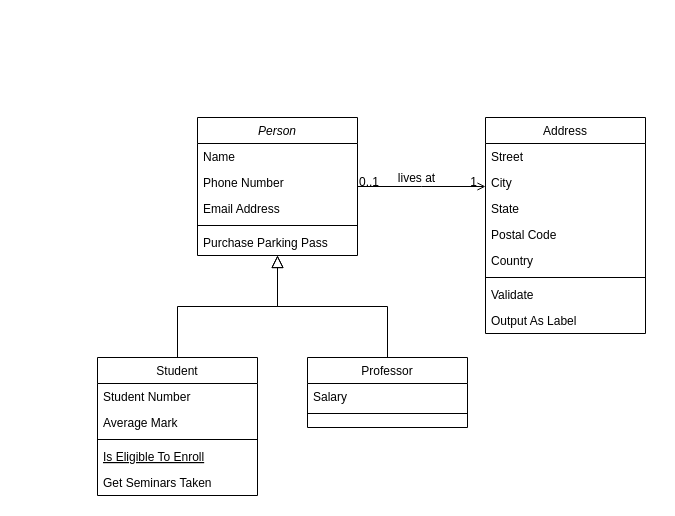
The draw.io diagram MODELAGEM/DiagramaClasse.drawio in afermanx/Evoluo, before the edit. Source tidied: cells renumbered, new cells numbered last; positions are measured from the earlier drawing's top-left corner, leaving out a move shared by most shapes. Both pictures are drawn from the tidied source at 100%, with x=0, y=0 at pixel (97, 117).
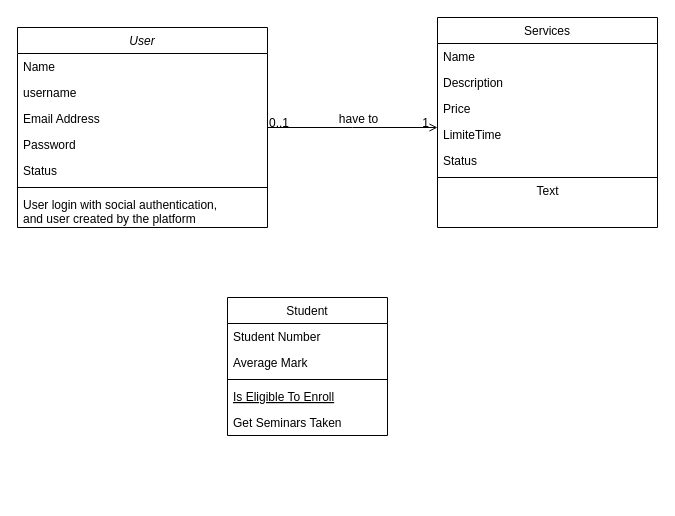
Above is the later version.

The change refers to these unchanged cells:
```xml
<mxCell id="28" style="endArrow=open;shadow=0;strokeWidth=1;rounded=0;endFill=1;edgeStyle=elbowEdgeStyle;elbow=vertical;" parent="1" edge="1" source="2" target="19">
  <mxGeometry x="0.5" y="41" relative="1" as="geometry">
    <mxPoint x="-40" y="32" as="offset" />
  </mxGeometry>
</mxCell>
```

The edit, as a diff of the source:
```diff
@@
-    <mxCell id="2" value="Person" style="swimlane;fontStyle=2;align=center;verticalAlign=top;horizontal=1;startSize=26;rounded=0;shadow=0;strokeWidth=1;" parent="1" vertex="1">
-      <mxGeometry x="100" width="160" height="138" as="geometry" />
+    <mxCell id="2" value="User" style="swimlane;fontStyle=2;align=center;verticalAlign=top;horizontal=1;startSize=26;rounded=0;shadow=0;strokeWidth=1;" parent="1" vertex="1">
+      <mxGeometry x="-80" y="-90" width="250" height="200" as="geometry" />
     </mxCell>
     <mxCell id="3" value="Name" style="text;align=left;verticalAlign=top;spacingLeft=4;spacingRight=4;overflow=hidden;" parent="2" vertex="1">
-      <mxGeometry y="26" width="160" height="26" as="geometry" />
+      <mxGeometry y="26" width="250" height="26" as="geometry" />
     </mxCell>
-    <mxCell id="4" value="Phone Number" style="text;align=left;verticalAlign=top;spacingLeft=4;spacingRight=4;overflow=hidden;rounded=0;shadow=0;html=0;" parent="2" vertex="1">
-      <mxGeometry y="52" width="160" height="26" as="geometry" />
-    </mxCell>
+    <mxCell id="32" value="username" style="text;align=left;verticalAlign=top;spacingLeft=4;spacingRight=4;overflow=hidden;rounded=0;shadow=0;html=0;" parent="2" vertex="1">
+      <mxGeometry y="52" width="250" height="26" as="geometry" />
+    </mxCell>
+    <mxCell id="33" value="Email Address" style="text;align=left;verticalAlign=top;spacingLeft=4;spacingRight=4;overflow=hidden;rounded=0;shadow=0;html=0;" parent="2" vertex="1">
+      <mxGeometry y="78" width="250" height="26" as="geometry" />
+    </mxCell>
+    <mxCell id="34" value="Password" style="text;align=left;verticalAlign=top;spacingLeft=4;spacingRight=4;overflow=hidden;rounded=0;shadow=0;html=0;" parent="2" vertex="1">
+      <mxGeometry y="104" width="250" height="26" as="geometry" />
+    </mxCell>
-    <mxCell id="5" value="Email Address" style="text;align=left;verticalAlign=top;spacingLeft=4;spacingRight=4;overflow=hidden;rounded=0;shadow=0;html=0;" parent="2" vertex="1">
-      <mxGeometry y="78" width="160" height="26" as="geometry" />
+    <mxCell id="5" value="Status" style="text;align=left;verticalAlign=top;spacingLeft=4;spacingRight=4;overflow=hidden;rounded=0;shadow=0;html=0;" parent="2" vertex="1">
+      <mxGeometry y="130" width="250" height="26" as="geometry" />
     </mxCell>
     <mxCell id="6" style="line;html=1;strokeWidth=1;align=left;verticalAlign=middle;spacingTop=-1;spacingLeft=3;spacingRight=3;labelPosition=right;" parent="2" vertex="1">
-      <mxGeometry y="104" width="160" height="8" as="geometry" />
+      <mxGeometry y="156" width="250" height="8" as="geometry" />
     </mxCell>
-    <mxCell id="7" value="Purchase Parking Pass" style="text;align=left;verticalAlign=top;spacingLeft=4;spacingRight=4;overflow=hidden;" parent="2" vertex="1">
-      <mxGeometry y="112" width="160" height="26" as="geometry" />
+    <mxCell id="7" value="User login with social authentication, &#10;and user created by the platform" style="text;align=left;verticalAlign=top;spacingLeft=4;spacingRight=4;overflow=hidden;" parent="2" vertex="1">
+      <mxGeometry y="164" width="250" height="36" as="geometry" />
     </mxCell>
     <mxCell id="8" value="Student" style="swimlane;fontStyle=0;align=center;verticalAlign=top;horizontal=1;startSize=26;rounded=0;shadow=0;strokeWidth=1;" parent="1" vertex="1">
-      <mxGeometry y="240" width="160" height="138" as="geometry" />
+      <mxGeometry x="130" y="180" width="160" height="138" as="geometry" />
     </mxCell>
@@
-    <mxCell id="14" style="endArrow=block;endSize=10;endFill=0;shadow=0;strokeWidth=1;rounded=0;edgeStyle=elbowEdgeStyle;elbow=vertical;" parent="1" edge="1" source="8" target="2">
-      <mxGeometry relative="1" as="geometry" />
-    </mxCell>
-    <mxCell id="15" value="Professor" style="swimlane;fontStyle=0;align=center;verticalAlign=top;horizontal=1;startSize=26;rounded=0;shadow=0;strokeWidth=1;" parent="1" vertex="1">
-      <mxGeometry x="210" y="240" width="160" height="70" as="geometry" />
-    </mxCell>
-    <mxCell id="16" value="Salary" style="text;align=left;verticalAlign=top;spacingLeft=4;spacingRight=4;overflow=hidden;" parent="15" vertex="1">
-      <mxGeometry y="26" width="160" height="26" as="geometry" />
-    </mxCell>
-    <mxCell id="17" style="line;html=1;strokeWidth=1;align=left;verticalAlign=middle;spacingTop=-1;spacingLeft=3;spacingRight=3;labelPosition=right;" parent="15" vertex="1">
-      <mxGeometry y="52" width="160" height="8" as="geometry" />
-    </mxCell>
-    <mxCell id="18" style="endArrow=block;endSize=10;endFill=0;shadow=0;strokeWidth=1;rounded=0;edgeStyle=elbowEdgeStyle;elbow=vertical;" parent="1" edge="1" source="15" target="2">
-      <mxGeometry relative="1" as="geometry" />
-    </mxCell>
-    <mxCell id="19" value="Address" style="swimlane;fontStyle=0;align=center;verticalAlign=top;horizontal=1;startSize=26;rounded=0;shadow=0;strokeWidth=1;" parent="1" vertex="1">
-      <mxGeometry x="388" width="160" height="216" as="geometry" />
+    <mxCell id="19" value="Services" style="swimlane;fontStyle=0;align=center;verticalAlign=top;horizontal=1;startSize=26;rounded=0;shadow=0;strokeWidth=1;" parent="1" vertex="1">
+      <mxGeometry x="340" y="-100" width="220" height="210" as="geometry" />
     </mxCell>
-    <mxCell id="20" value="Street" style="text;align=left;verticalAlign=top;spacingLeft=4;spacingRight=4;overflow=hidden;" parent="19" vertex="1">
-      <mxGeometry y="26" width="160" height="26" as="geometry" />
+    <mxCell id="20" value="Name" style="text;align=left;verticalAlign=top;spacingLeft=4;spacingRight=4;overflow=hidden;" parent="19" vertex="1">
+      <mxGeometry y="26" width="220" height="26" as="geometry" />
     </mxCell>
-    <mxCell id="21" value="City" style="text;align=left;verticalAlign=top;spacingLeft=4;spacingRight=4;overflow=hidden;rounded=0;shadow=0;html=0;" parent="19" vertex="1">
-      <mxGeometry y="52" width="160" height="26" as="geometry" />
+    <mxCell id="21" value="Description" style="text;align=left;verticalAlign=top;spacingLeft=4;spacingRight=4;overflow=hidden;rounded=0;shadow=0;html=0;" parent="19" vertex="1">
+      <mxGeometry y="52" width="220" height="26" as="geometry" />
     </mxCell>
-    <mxCell id="22" value="State" style="text;align=left;verticalAlign=top;spacingLeft=4;spacingRight=4;overflow=hidden;rounded=0;shadow=0;html=0;" parent="19" vertex="1">
-      <mxGeometry y="78" width="160" height="26" as="geometry" />
+    <mxCell id="22" value="Price" style="text;align=left;verticalAlign=top;spacingLeft=4;spacingRight=4;overflow=hidden;rounded=0;shadow=0;html=0;" parent="19" vertex="1">
+      <mxGeometry y="78" width="220" height="26" as="geometry" />
     </mxCell>
+    <mxCell id="35" value="LimiteTime" style="text;align=left;verticalAlign=top;spacingLeft=4;spacingRight=4;overflow=hidden;rounded=0;shadow=0;html=0;" parent="19" vertex="1">
+      <mxGeometry y="104" width="220" height="26" as="geometry" />
+    </mxCell>
-    <mxCell id="23" value="Postal Code" style="text;align=left;verticalAlign=top;spacingLeft=4;spacingRight=4;overflow=hidden;rounded=0;shadow=0;html=0;" parent="19" vertex="1">
-      <mxGeometry y="104" width="160" height="26" as="geometry" />
+    <mxCell id="23" value="Status" style="text;align=left;verticalAlign=top;spacingLeft=4;spacingRight=4;overflow=hidden;rounded=0;shadow=0;html=0;" parent="19" vertex="1">
+      <mxGeometry y="130" width="220" height="26" as="geometry" />
     </mxCell>
-    <mxCell id="24" value="Country" style="text;align=left;verticalAlign=top;spacingLeft=4;spacingRight=4;overflow=hidden;rounded=0;shadow=0;html=0;" parent="19" vertex="1">
-      <mxGeometry y="130" width="160" height="26" as="geometry" />
-    </mxCell>
     <mxCell id="25" style="line;html=1;strokeWidth=1;align=left;verticalAlign=middle;spacingTop=-1;spacingLeft=3;spacingRight=3;labelPosition=right;" parent="19" vertex="1">
-      <mxGeometry y="156" width="160" height="8" as="geometry" />
+      <mxGeometry y="156" width="220" height="8" as="geometry" />
     </mxCell>
-    <mxCell id="26" value="Validate" style="text;align=left;verticalAlign=top;spacingLeft=4;spacingRight=4;overflow=hidden;" parent="19" vertex="1">
-      <mxGeometry y="164" width="160" height="26" as="geometry" />
-    </mxCell>
-    <mxCell id="27" value="Output As Label" style="text;align=left;verticalAlign=top;spacingLeft=4;spacingRight=4;overflow=hidden;" parent="19" vertex="1">
-      <mxGeometry y="190" width="160" height="26" as="geometry" />
-    </mxCell>
+    <mxCell id="36" value="Text" style="text;html=1;align=center;verticalAlign=middle;strokeColor=none;" parent="19" vertex="1">
+      <mxGeometry y="164" width="220" height="20" as="geometry" />
+    </mxCell>
@@
-    <mxCell id="31" value="lives at" style="text;html=1;align=center;verticalAlign=middle;labelBackgroundColor=none;rounded=0;shadow=0;strokeWidth=1;fontSize=12;" parent="28" vertex="1">
+    <mxCell id="31" value="have to" style="text;html=1;align=center;verticalAlign=middle;labelBackgroundColor=none;rounded=0;shadow=0;strokeWidth=1;fontSize=12;" parent="28" vertex="1">
       <mxGeometry x="0.5" y="49" relative="1" as="geometry">
         <mxPoint x="-38" y="40" as="offset" />
       </mxGeometry>
     </mxCell>
```
